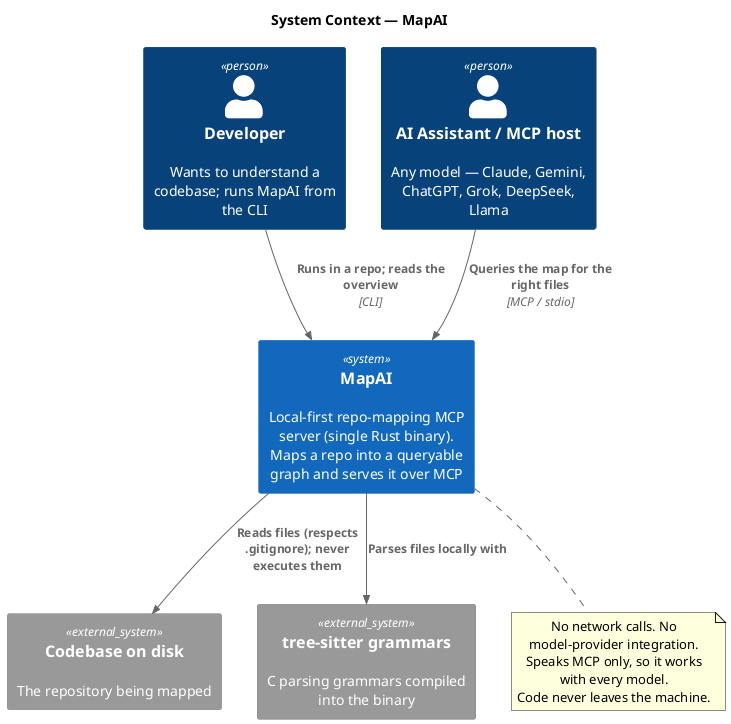
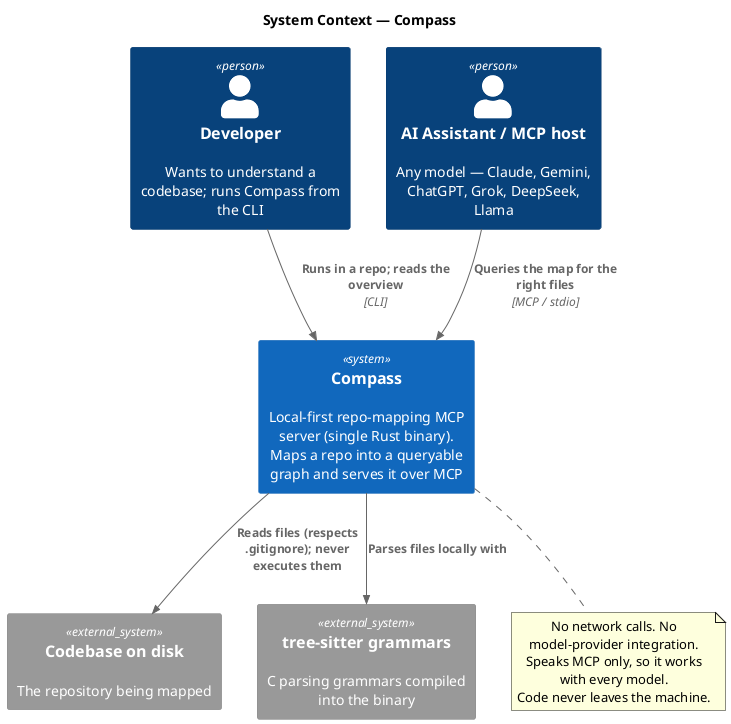
@startuml context
' Embedded in docs/architecture/02-architecture.md — §2 System context (C4 L1)
!include <C4/C4_Context>
- title System Context — MapAI
+ title System Context — Compass

- Person(dev, "Developer", "Wants to understand a codebase; runs MapAI from the CLI")
+ Person(dev, "Developer", "Wants to understand a codebase; runs Compass from the CLI")
Person(ai, "AI Assistant / MCP host", "Any model — Claude, Gemini, ChatGPT, Grok, DeepSeek, Llama")

- System(mapai, "MapAI", "Local-first repo-mapping MCP server (single Rust binary). Maps a repo into a queryable graph and serves it over MCP")
+ System(compass, "Compass", "Local-first repo-mapping MCP server (single Rust binary). Maps a repo into a queryable graph and serves it over MCP")

System_Ext(repo, "Codebase on disk", "The repository being mapped")
System_Ext(ts, "tree-sitter grammars", "C parsing grammars compiled into the binary")

- Rel(dev, mapai, "Runs in a repo; reads the overview", "CLI")
- Rel(ai, mapai, "Queries the map for the right files", "MCP / stdio")
- Rel(mapai, repo, "Reads files (respects .gitignore); never executes them")
- Rel(mapai, ts, "Parses files locally with")
+ Rel(dev, compass, "Runs in a repo; reads the overview", "CLI")
+ Rel(ai, compass, "Queries the map for the right files", "MCP / stdio")
+ Rel(compass, repo, "Reads files (respects .gitignore); never executes them")
+ Rel(compass, ts, "Parses files locally with")

- note bottom of mapai
+ note bottom of compass
  No network calls. No model-provider integration.
  Speaks MCP only, so it works with every model.
  Code never leaves the machine.
end note

@enduml
